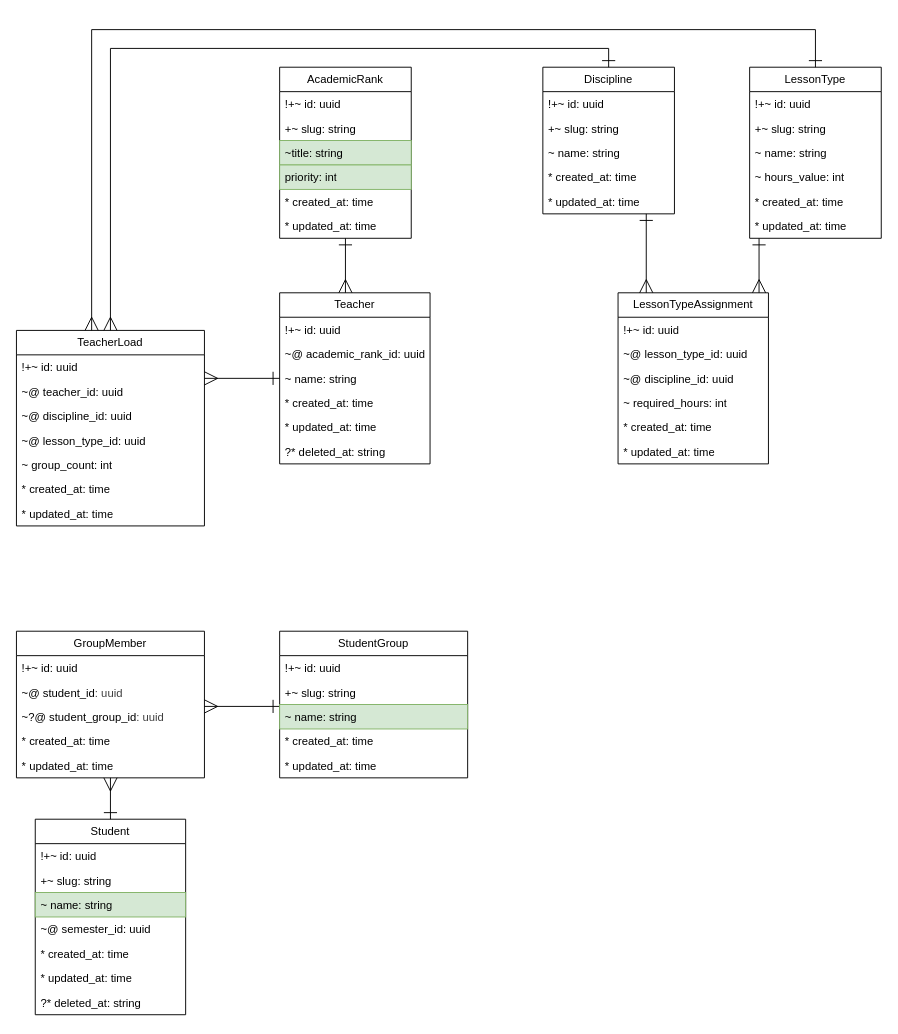
This is page "Schedule" (5 of 9) of docs/entity_relationship.drawio from IrusHunter/duckademic, a draw.io file, before an edit. Source tidied: cells renumbered, new cells numbered last; positions are measured from the earlier drawing's top-left corner, leaving out a move shared by most shapes. Both pictures are drawn from the tidied source at 94%, with x=0, y=0 at pixel (16, 29).
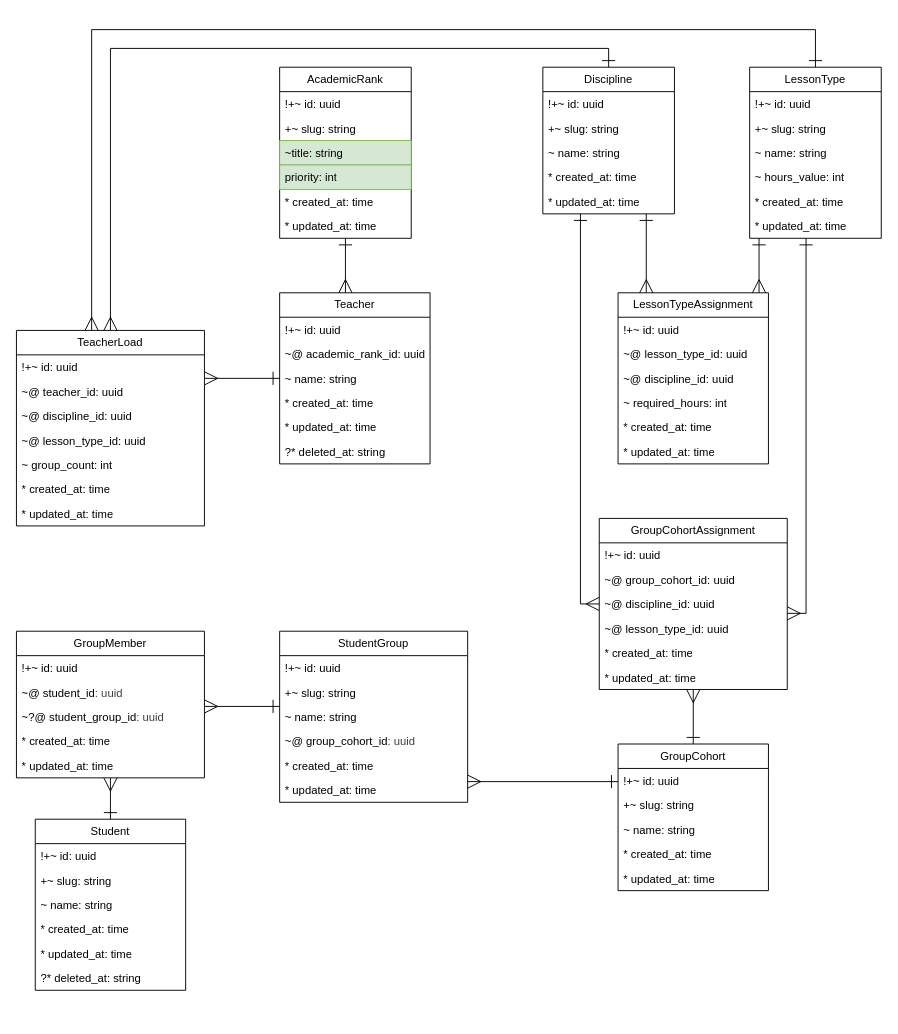
Above is the later version.

Unchanged cells that the change refers to:
```xml
<mxCell id="17" value="Discipline" style="swimlane;fontStyle=0;horizontal=1;startSize=26;fillColor=none;whiteSpace=wrap;html=1;" parent="1" vertex="1">
  <mxGeometry x="560" y="40" width="140" height="156" as="geometry" />
</mxCell>
<mxCell id="23" value="LessonType" style="swimlane;fontStyle=0;horizontal=1;startSize=26;fillColor=none;whiteSpace=wrap;html=1;" parent="1" vertex="1">
  <mxGeometry x="780" y="40" width="140" height="182" as="geometry" />
</mxCell>
```

Change to the diagram source:
```diff
@@
     <mxCell id="46" value="StudentGroup" style="swimlane;fontStyle=0;horizontal=1;startSize=26;fillColor=none;whiteSpace=wrap;html=1;" parent="1" vertex="1">
-      <mxGeometry x="280" y="640" width="200" height="156" as="geometry" />
+      <mxGeometry x="280" y="640" width="200" height="182" as="geometry" />
     </mxCell>
@@
-    <mxCell id="49" value="~ name: string" style="text;strokeColor=#82b366;fillColor=#d5e8d4;align=left;verticalAlign=top;spacingLeft=4;spacingRight=4;overflow=hidden;whiteSpace=wrap;html=1;" parent="46" vertex="1">
+    <mxCell id="49" value="~ name: string" style="text;align=left;verticalAlign=top;spacingLeft=4;spacingRight=4;overflow=hidden;whiteSpace=wrap;html=1;" parent="46" vertex="1">
       <mxGeometry y="78" width="200" height="26" as="geometry" />
     </mxCell>
+    <mxCell id="72" value="~@ group_cohort_id&lt;span style=&quot;color: rgb(63, 63, 63); background-color: transparent;&quot;&gt;: uuid&lt;/span&gt;" style="text;align=left;verticalAlign=top;spacingLeft=4;spacingRight=4;overflow=hidden;whiteSpace=wrap;html=1;" parent="46" vertex="1">
+      <mxGeometry y="104" width="200" height="26" as="geometry" />
+    </mxCell>
     <mxCell id="50" value="* created_at: time" style="text;strokeColor=none;fillColor=none;align=left;verticalAlign=top;spacingLeft=4;spacingRight=4;overflow=hidden;whiteSpace=wrap;html=1;" parent="46" vertex="1">
-      <mxGeometry y="104" width="200" height="26" as="geometry" />
+      <mxGeometry y="130" width="200" height="26" as="geometry" />
     </mxCell>
     <mxCell id="51" value="* updated_at: time" style="text;strokeColor=none;fillColor=none;align=left;verticalAlign=top;spacingLeft=4;spacingRight=4;overflow=hidden;whiteSpace=wrap;html=1;" parent="46" vertex="1">
-      <mxGeometry y="130" width="200" height="26" as="geometry" />
+      <mxGeometry y="156" width="200" height="26" as="geometry" />
     </mxCell>
@@
     <mxCell id="53" value="Student" style="swimlane;fontStyle=0;horizontal=1;startSize=26;fillColor=none;whiteSpace=wrap;html=1;" parent="1" vertex="1">
-      <mxGeometry x="20" y="840" width="160" height="208" as="geometry" />
+      <mxGeometry x="20" y="840" width="160" height="182" as="geometry" />
     </mxCell>
@@
-    <mxCell id="56" value="~ name: string" style="text;strokeColor=#82b366;fillColor=#d5e8d4;align=left;verticalAlign=top;spacingLeft=4;spacingRight=4;overflow=hidden;whiteSpace=wrap;html=1;" parent="53" vertex="1">
+    <mxCell id="56" value="~ name: string" style="text;align=left;verticalAlign=top;spacingLeft=4;spacingRight=4;overflow=hidden;whiteSpace=wrap;html=1;" parent="53" vertex="1">
       <mxGeometry y="78" width="160" height="26" as="geometry" />
     </mxCell>
-    <mxCell id="57" value="~@ semester_id: uuid" style="text;align=left;verticalAlign=top;spacingLeft=4;spacingRight=4;overflow=hidden;whiteSpace=wrap;html=1;" parent="53" vertex="1">
-      <mxGeometry y="104" width="160" height="26" as="geometry" />
-    </mxCell>
     <mxCell id="58" value="* created_at: time" style="text;strokeColor=none;fillColor=none;align=left;verticalAlign=top;spacingLeft=4;spacingRight=4;overflow=hidden;whiteSpace=wrap;html=1;" parent="53" vertex="1">
-      <mxGeometry y="130" width="160" height="26" as="geometry" />
+      <mxGeometry y="104" width="160" height="26" as="geometry" />
     </mxCell>
     <mxCell id="59" value="* updated_at: time" style="text;strokeColor=none;fillColor=none;align=left;verticalAlign=top;spacingLeft=4;spacingRight=4;overflow=hidden;whiteSpace=wrap;html=1;" parent="53" vertex="1">
-      <mxGeometry y="156" width="160" height="26" as="geometry" />
+      <mxGeometry y="130" width="160" height="26" as="geometry" />
     </mxCell>
     <mxCell id="60" value="?* deleted_at: string" style="text;strokeColor=none;fillColor=none;align=left;verticalAlign=top;spacingLeft=4;spacingRight=4;overflow=hidden;whiteSpace=wrap;html=1;" parent="53" vertex="1">
-      <mxGeometry y="182" width="160" height="26" as="geometry" />
+      <mxGeometry y="156" width="160" height="26" as="geometry" />
     </mxCell>
@@
+    <mxCell id="73" value="GroupCohort" style="swimlane;fontStyle=0;horizontal=1;startSize=26;fillColor=none;whiteSpace=wrap;html=1;" parent="1" vertex="1">
+      <mxGeometry x="640" y="760" width="160" height="156" as="geometry" />
+    </mxCell>
+    <mxCell id="74" value="!+~ id: uuid" style="text;strokeColor=none;fillColor=none;align=left;verticalAlign=top;spacingLeft=4;spacingRight=4;overflow=hidden;whiteSpace=wrap;html=1;" parent="73" vertex="1">
+      <mxGeometry y="26" width="160" height="26" as="geometry" />
+    </mxCell>
+    <mxCell id="75" value="+~ slug: string" style="text;strokeColor=none;fillColor=none;align=left;verticalAlign=top;spacingLeft=4;spacingRight=4;overflow=hidden;whiteSpace=wrap;html=1;" parent="73" vertex="1">
+      <mxGeometry y="52" width="160" height="26" as="geometry" />
+    </mxCell>
+    <mxCell id="76" value="~ name: string" style="text;align=left;verticalAlign=top;spacingLeft=4;spacingRight=4;overflow=hidden;whiteSpace=wrap;html=1;" parent="73" vertex="1">
+      <mxGeometry y="78" width="160" height="26" as="geometry" />
+    </mxCell>
+    <mxCell id="77" value="* created_at: time" style="text;strokeColor=none;fillColor=none;align=left;verticalAlign=top;spacingLeft=4;spacingRight=4;overflow=hidden;whiteSpace=wrap;html=1;" parent="73" vertex="1">
+      <mxGeometry y="104" width="160" height="26" as="geometry" />
+    </mxCell>
+    <mxCell id="78" value="* updated_at: time" style="text;strokeColor=none;fillColor=none;align=left;verticalAlign=top;spacingLeft=4;spacingRight=4;overflow=hidden;whiteSpace=wrap;html=1;" parent="73" vertex="1">
+      <mxGeometry y="130" width="160" height="26" as="geometry" />
+    </mxCell>
+    <mxCell id="79" value="GroupCohortAssignment" style="swimlane;fontStyle=0;horizontal=1;startSize=26;fillColor=none;whiteSpace=wrap;html=1;" parent="1" vertex="1">
+      <mxGeometry x="620" y="520" width="200" height="182" as="geometry" />
+    </mxCell>
+    <mxCell id="80" value="!+~ id: uuid" style="text;strokeColor=none;fillColor=none;align=left;verticalAlign=top;spacingLeft=4;spacingRight=4;overflow=hidden;whiteSpace=wrap;html=1;" parent="79" vertex="1">
+      <mxGeometry y="26" width="200" height="26" as="geometry" />
+    </mxCell>
+    <mxCell id="81" value="~@ group_cohort_id: uuid" style="text;strokeColor=none;fillColor=none;align=left;verticalAlign=top;spacingLeft=4;spacingRight=4;overflow=hidden;whiteSpace=wrap;html=1;" parent="79" vertex="1">
+      <mxGeometry y="52" width="200" height="26" as="geometry" />
+    </mxCell>
+    <mxCell id="82" value="~@ discipline_id: uuid" style="text;strokeColor=none;fillColor=none;align=left;verticalAlign=top;spacingLeft=4;spacingRight=4;overflow=hidden;whiteSpace=wrap;html=1;" parent="79" vertex="1">
+      <mxGeometry y="78" width="200" height="26" as="geometry" />
+    </mxCell>
+    <mxCell id="83" value="~@ lesson_type_id: uuid" style="text;strokeColor=none;fillColor=none;align=left;verticalAlign=top;spacingLeft=4;spacingRight=4;overflow=hidden;whiteSpace=wrap;html=1;" parent="79" vertex="1">
+      <mxGeometry y="104" width="200" height="26" as="geometry" />
+    </mxCell>
+    <mxCell id="84" value="* created_at: time" style="text;strokeColor=none;fillColor=none;align=left;verticalAlign=top;spacingLeft=4;spacingRight=4;overflow=hidden;whiteSpace=wrap;html=1;" parent="79" vertex="1">
+      <mxGeometry y="130" width="200" height="26" as="geometry" />
+    </mxCell>
+    <mxCell id="85" value="* updated_at: time" style="text;strokeColor=none;fillColor=none;align=left;verticalAlign=top;spacingLeft=4;spacingRight=4;overflow=hidden;whiteSpace=wrap;html=1;" parent="79" vertex="1">
+      <mxGeometry y="156" width="200" height="26" as="geometry" />
+    </mxCell>
+    <mxCell id="86" style="edgeStyle=orthogonalEdgeStyle;html=1;startArrow=ERone;startFill=0;endArrow=ERmany;endFill=0;endSize=12;startSize=12;strokeWidth=1;rounded=0;curved=0;jumpStyle=line;" parent="1" edge="1" source="73" target="79">
+      <mxGeometry relative="1" as="geometry">
+        <Array as="points">
+          <mxPoint x="760" y="800" />
+          <mxPoint x="760" y="800" />
+        </Array>
+      </mxGeometry>
+    </mxCell>
+    <mxCell id="87" style="edgeStyle=orthogonalEdgeStyle;html=1;startArrow=ERone;startFill=0;endArrow=ERmany;endFill=0;endSize=12;startSize=12;strokeWidth=1;rounded=0;curved=0;jumpStyle=line;" parent="1" edge="1" source="73" target="46">
+      <mxGeometry relative="1" as="geometry">
+        <Array as="points">
+          <mxPoint x="530" y="800" />
+          <mxPoint x="530" y="800" />
+        </Array>
+      </mxGeometry>
+    </mxCell>
+    <mxCell id="88" style="edgeStyle=orthogonalEdgeStyle;html=1;startArrow=ERone;startFill=0;endArrow=ERmany;endFill=0;endSize=12;startSize=12;strokeWidth=1;rounded=0;curved=0;jumpStyle=line;" parent="1" edge="1" source="17" target="79">
+      <mxGeometry relative="1" as="geometry">
+        <Array as="points">
+          <mxPoint x="600" y="611" />
+        </Array>
+      </mxGeometry>
+    </mxCell>
+    <mxCell id="89" style="edgeStyle=orthogonalEdgeStyle;html=1;startArrow=ERone;startFill=0;endArrow=ERmany;endFill=0;endSize=12;startSize=12;strokeWidth=1;rounded=0;curved=0;jumpStyle=line;" parent="1" edge="1" source="23" target="79">
+      <mxGeometry relative="1" as="geometry">
+        <Array as="points">
+          <mxPoint x="840" y="621" />
+        </Array>
+      </mxGeometry>
+    </mxCell>
```
